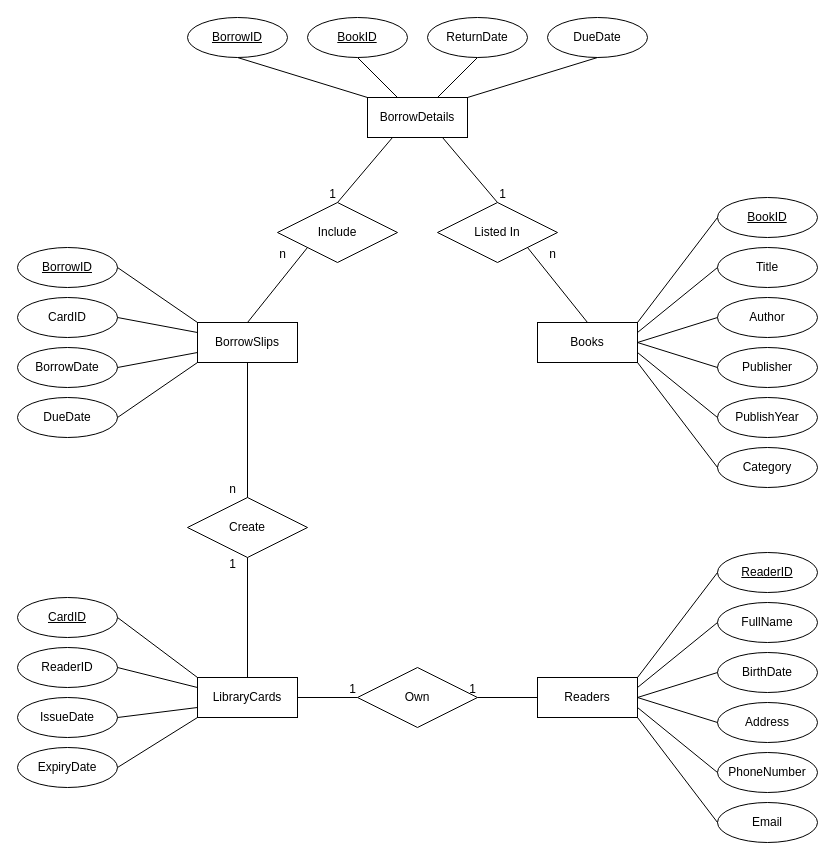
The draw.io diagram page "ERD" (2 of 4) of Week_01/Database_design.drawio in NgocPhungggg/CUT, before the edit. Source tidied: cells renumbered, new cells numbered last; positions are measured from the earlier drawing's top-left corner, leaving out a move shared by most shapes. Both pictures are drawn from the tidied source at 100%, with x=0, y=0 at pixel (17, 17).
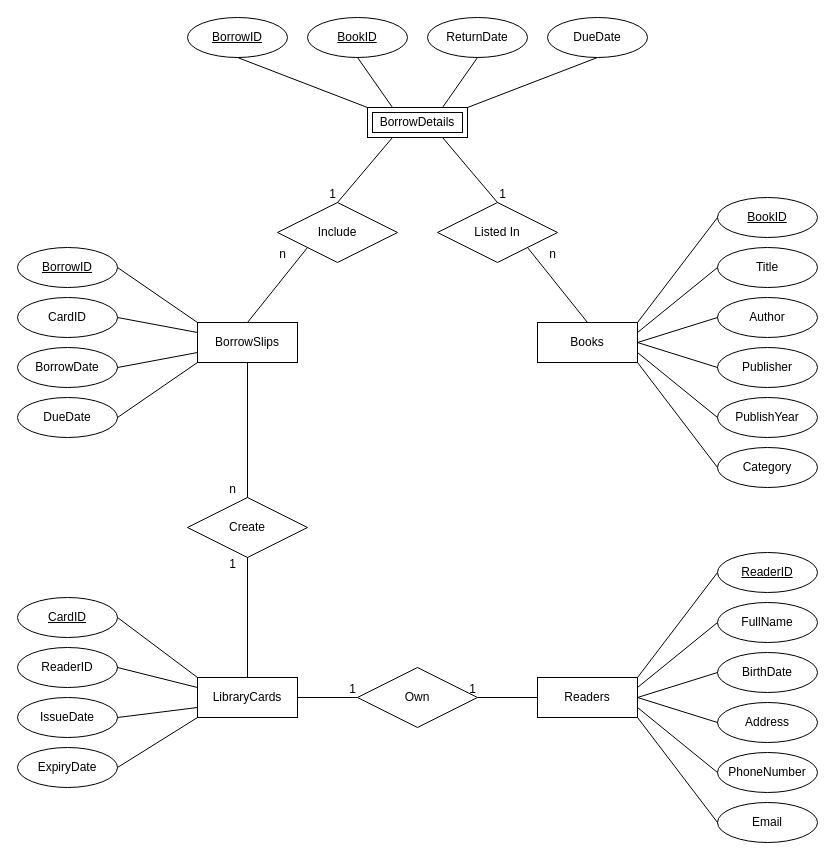
After the change.

Commit message:
Cập nhật Database_design.drawio

The change refers to these unchanged cells:
```xml
<mxCell id="31" value="BookID" style="ellipse;whiteSpace=wrap;html=1;align=center;fontStyle=4;" parent="1" vertex="1">
  <mxGeometry x="290" width="100" height="40" as="geometry" />
</mxCell>
<mxCell id="32" value="ReturnDate" style="ellipse;whiteSpace=wrap;html=1;align=center;" parent="1" vertex="1">
  <mxGeometry x="410" width="100" height="40" as="geometry" />
</mxCell>
```

Change to the diagram source:
```diff
@@
-    <mxCell id="27" style="rounded=0;jettySize=auto;html=1;entryX=0.5;entryY=1;entryDx=0;entryDy=0;endArrow=none;endFill=0;" parent="1" edge="1" source="29" target="31">
+    <mxCell id="27" style="rounded=0;jettySize=auto;html=1;entryX=0.5;entryY=1;entryDx=0;entryDy=0;endArrow=none;endFill=0;exitX=0.25;exitY=0;exitDx=0;exitDy=0;" parent="1" edge="1" source="29" target="31">
       <mxGeometry relative="1" as="geometry" />
     </mxCell>
-    <mxCell id="28" style="rounded=0;jettySize=auto;html=1;entryX=0.5;entryY=1;entryDx=0;entryDy=0;endArrow=none;endFill=0;" parent="1" edge="1" source="29" target="32">
+    <mxCell id="28" style="rounded=0;jettySize=auto;html=1;entryX=0.5;entryY=1;entryDx=0;entryDy=0;endArrow=none;endFill=0;exitX=0.75;exitY=0;exitDx=0;exitDy=0;" parent="1" edge="1" source="29" target="32">
       <mxGeometry relative="1" as="geometry" />
     </mxCell>
-    <mxCell id="29" value="BorrowDetails" style="whiteSpace=wrap;html=1;align=center;" parent="1" vertex="1">
-      <mxGeometry x="350" y="80" width="100" height="40" as="geometry" />
-    </mxCell>
@@
+    <mxCell id="29" value="BorrowDetails" style="shape=ext;margin=3;double=1;whiteSpace=wrap;html=1;align=center;" parent="1" vertex="1">
+      <mxGeometry x="350" y="90" width="100" height="30" as="geometry" />
+    </mxCell>
```
